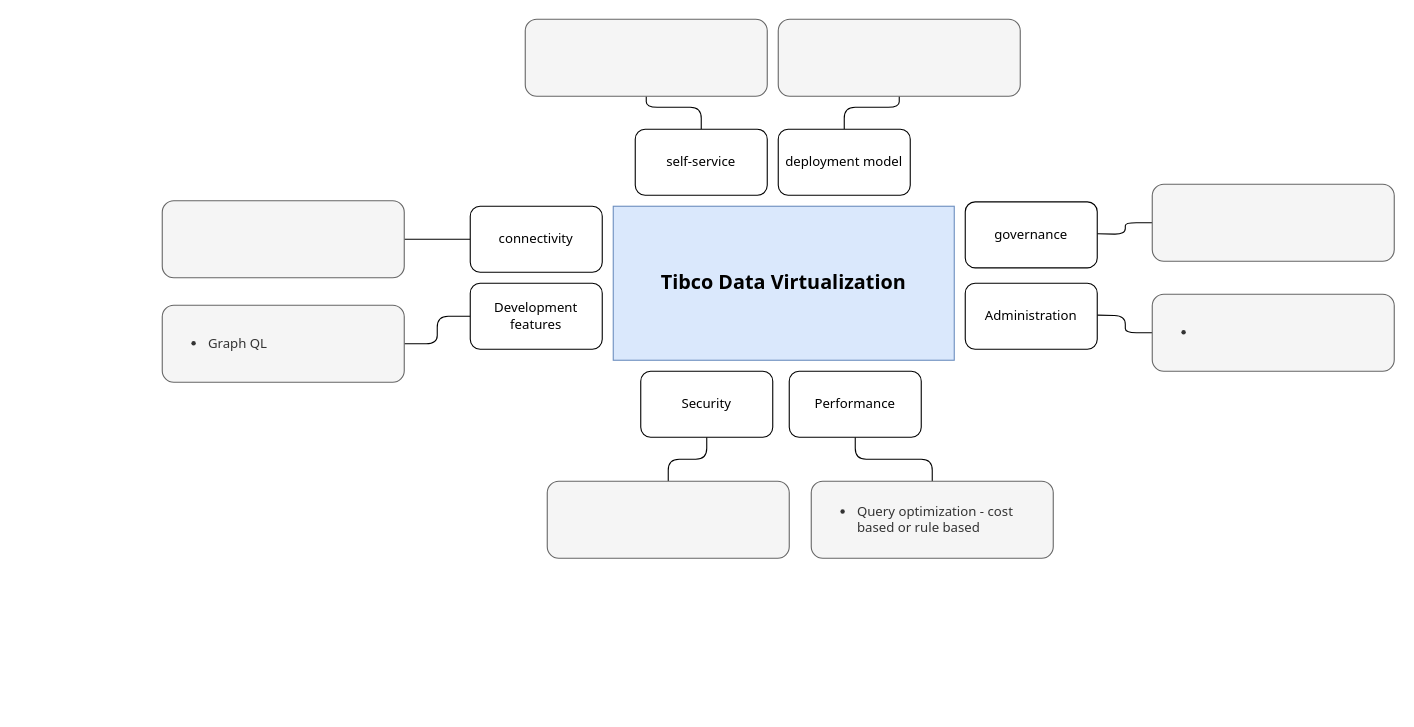
Earlier version of the draw.io diagram page "tibco" (3 of 3) of data virtualization.drawio (kanchantewary/MindMaps). Source tidied: cells renumbered, new cells numbered last; positions are measured from the earlier drawing's top-left corner, leaving out a move shared by most shapes. Both pictures are drawn from the tidied source at 110%, with x=0, y=0 at pixel (162, 19).
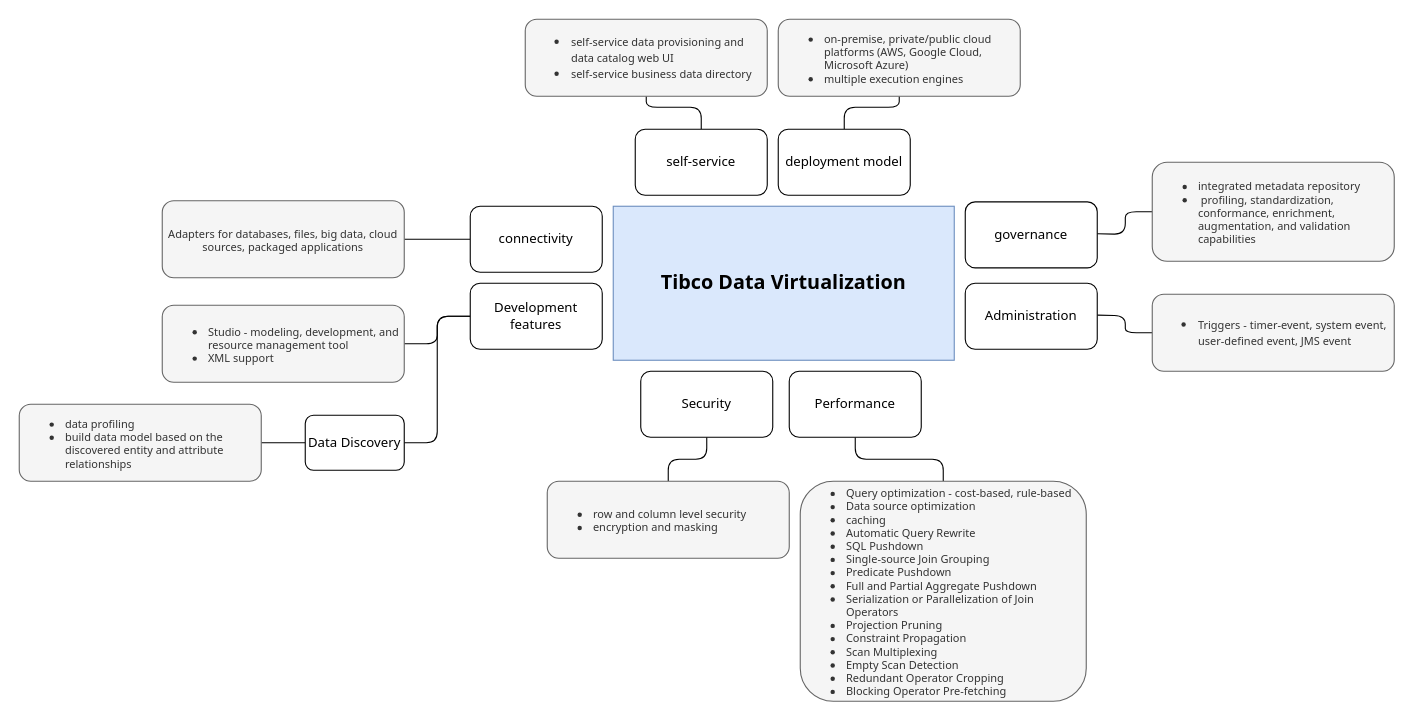
Above is the later version.

Unchanged cells that the change refers to:
```xml
<mxCell id="19" value="Development &lt;br&gt;features" style="rounded=1;whiteSpace=wrap;html=1;fontFamily=Tahoma;" parent="1" vertex="1">
  <mxGeometry x="280" y="240" width="120" height="60" as="geometry" />
</mxCell>
```

Change to the diagram source:
```diff
@@
-    <mxCell id="9" value="&lt;ul&gt;&lt;li&gt;Query optimization - cost based or rule based&lt;/li&gt;&lt;/ul&gt;" style="rounded=1;whiteSpace=wrap;html=1;fontFamily=Tahoma;fillColor=#f5f5f5;fontColor=#333333;strokeColor=#666666;align=left;" parent="1" vertex="1">
-      <mxGeometry x="590" y="420" width="220" height="70" as="geometry" />
+    <mxCell id="9" value="&lt;ul style=&quot;font-size: 10px&quot;&gt;&lt;li style=&quot;font-size: 10px&quot;&gt;Query optimization - cost-based, rule-based&lt;/li&gt;&lt;li style=&quot;font-size: 10px&quot;&gt;Data source optimization&lt;/li&gt;&lt;li style=&quot;font-size: 10px&quot;&gt;caching&lt;/li&gt;&lt;li style=&quot;font-size: 10px&quot;&gt;Automatic Query Rewrite&lt;br&gt;&lt;/li&gt;&lt;li style=&quot;font-size: 10px&quot;&gt;SQL Pushdown&lt;br&gt;&lt;/li&gt;&lt;li style=&quot;font-size: 10px&quot;&gt;Single-source Join Grouping&lt;br&gt;&lt;/li&gt;&lt;li style=&quot;font-size: 10px&quot;&gt;Predicate Pushdown&lt;br&gt;&lt;/li&gt;&lt;li style=&quot;font-size: 10px&quot;&gt;Full and Partial Aggregate Pushdown&lt;br&gt;&lt;/li&gt;&lt;li style=&quot;font-size: 10px&quot;&gt;Serialization or Parallelization of Join Operators&lt;br&gt;&lt;/li&gt;&lt;li style=&quot;font-size: 10px&quot;&gt;Projection Pruning&lt;br&gt;&lt;/li&gt;&lt;li style=&quot;font-size: 10px&quot;&gt;Constraint Propagation&lt;br&gt;&lt;/li&gt;&lt;li style=&quot;font-size: 10px&quot;&gt;Scan Multiplexing&lt;br&gt;&lt;/li&gt;&lt;li style=&quot;font-size: 10px&quot;&gt;Empty Scan Detection&lt;br&gt;&lt;/li&gt;&lt;li style=&quot;font-size: 10px&quot;&gt;Redundant Operator Cropping&lt;br&gt;&lt;/li&gt;&lt;li style=&quot;font-size: 10px&quot;&gt;Blocking Operator Pre-fetching&amp;nbsp;&lt;br&gt;&lt;/li&gt;&lt;/ul&gt;" style="rounded=1;whiteSpace=wrap;html=1;fontFamily=Tahoma;fillColor=#f5f5f5;fontColor=#333333;strokeColor=#666666;align=left;fontSize=10;" parent="1" vertex="1">
+      <mxGeometry x="580" y="420" width="260" height="200" as="geometry" />
     </mxCell>
@@
-    <mxCell id="14" style="rounded=1;whiteSpace=wrap;html=1;fontFamily=Tahoma;fillColor=#f5f5f5;fontColor=#333333;strokeColor=#666666;" parent="1" vertex="1">
+    <mxCell id="14" value="&lt;ul style=&quot;font-size: 10px;&quot;&gt;&lt;li style=&quot;font-size: 10px;&quot;&gt;on-premise, private/public cloud platforms (AWS, Google Cloud, Microsoft Azure)&lt;/li&gt;&lt;li style=&quot;font-size: 10px;&quot;&gt;multiple execution engines&lt;/li&gt;&lt;/ul&gt;" style="rounded=1;whiteSpace=wrap;html=1;fontFamily=Tahoma;fillColor=#f5f5f5;fontColor=#333333;strokeColor=#666666;align=left;fontSize=10;" parent="1" vertex="1">
       <mxGeometry x="560" width="220" height="70" as="geometry" />
     </mxCell>
-    <mxCell id="15" style="rounded=1;whiteSpace=wrap;html=1;fontFamily=Tahoma;fillColor=#f5f5f5;fontColor=#333333;strokeColor=#666666;" parent="1" vertex="1">
-      <mxGeometry x="900" y="150" width="220" height="70" as="geometry" />
+    <mxCell id="15" value="&lt;ul style=&quot;font-size: 10px;&quot;&gt;&lt;li style=&quot;font-size: 10px;&quot;&gt;integrated metadata repository&lt;/li&gt;&lt;li style=&quot;font-size: 10px;&quot;&gt;&amp;nbsp;profiling, standardization,&lt;br style=&quot;font-size: 10px;&quot;&gt;conformance, enrichment, augmentation, and validation&lt;br style=&quot;font-size: 10px;&quot;&gt;capabilities&lt;/li&gt;&lt;/ul&gt;" style="rounded=1;whiteSpace=wrap;html=1;fontFamily=Tahoma;fillColor=#f5f5f5;fontColor=#333333;strokeColor=#666666;align=left;fontSize=10;" parent="1" vertex="1">
+      <mxGeometry x="900" y="130" width="220" height="90" as="geometry" />
     </mxCell>
-    <mxCell id="16" style="rounded=1;whiteSpace=wrap;html=1;fontFamily=Tahoma;fillColor=#f5f5f5;fontColor=#333333;strokeColor=#666666;" parent="1" vertex="1">
+    <mxCell id="16" value="&lt;ul style=&quot;font-size: 10px;&quot;&gt;&lt;li style=&quot;font-size: 10px;&quot;&gt;row and column level security&lt;/li&gt;&lt;li style=&quot;font-size: 10px;&quot;&gt;encryption and masking&lt;/li&gt;&lt;/ul&gt;" style="rounded=1;whiteSpace=wrap;html=1;fontFamily=Tahoma;fillColor=#f5f5f5;fontColor=#333333;strokeColor=#666666;align=left;fontSize=10;" parent="1" vertex="1">
       <mxGeometry x="350" y="420" width="220" height="70" as="geometry" />
     </mxCell>
-    <mxCell id="17" style="rounded=1;whiteSpace=wrap;html=1;fontFamily=Tahoma;fillColor=#f5f5f5;fontColor=#333333;strokeColor=#666666;" parent="1" vertex="1">
+    <mxCell id="17" value="Adapters for&amp;nbsp;databases, files, big data, cloud sources, packaged applications" style="rounded=1;whiteSpace=wrap;html=1;fontFamily=Tahoma;fillColor=#f5f5f5;fontColor=#333333;strokeColor=#666666;fontSize=10;" parent="1" vertex="1">
       <mxGeometry y="165" width="220" height="70" as="geometry" />
     </mxCell>
@@
+    <mxCell id="27" style="edgeStyle=orthogonalEdgeStyle;rounded=1;jettySize=auto;html=1;entryX=1;entryY=0.5;entryDx=0;entryDy=0;fontFamily=Tahoma;fontSize=10;endArrow=none;endFill=0;" parent="1" edge="1" source="19" target="29">
+      <mxGeometry relative="1" as="geometry" />
+    </mxCell>
@@
-    <mxCell id="20" value="&lt;ul&gt;&lt;li&gt;Graph QL&lt;/li&gt;&lt;/ul&gt;" style="rounded=1;whiteSpace=wrap;html=1;fontFamily=Tahoma;fillColor=#f5f5f5;fontColor=#333333;strokeColor=#666666;align=left;" parent="1" vertex="1">
+    <mxCell id="20" value="&lt;ul style=&quot;font-size: 10px;&quot;&gt;&lt;li style=&quot;font-size: 10px;&quot;&gt;Studio -&amp;nbsp;modeling, development, and resource management tool&lt;/li&gt;&lt;li style=&quot;font-size: 10px;&quot;&gt;XML support&lt;/li&gt;&lt;/ul&gt;" style="rounded=1;whiteSpace=wrap;html=1;fontFamily=Tahoma;fillColor=#f5f5f5;fontColor=#333333;strokeColor=#666666;align=left;fontSize=10;" parent="1" vertex="1">
       <mxGeometry y="260" width="220" height="70" as="geometry" />
     </mxCell>
@@
-    <mxCell id="23" style="rounded=1;whiteSpace=wrap;html=1;fontFamily=Tahoma;fillColor=#f5f5f5;fontColor=#333333;strokeColor=#666666;" parent="1" vertex="1">
+    <mxCell id="23" value="&lt;ul&gt;&lt;li&gt;&lt;font style=&quot;font-size: 10px&quot;&gt;self-service data provisioning and data catalog web UI&lt;/font&gt;&lt;/li&gt;&lt;li&gt;&lt;font style=&quot;font-size: 10px&quot;&gt;self-service business data directory&lt;br&gt;&lt;/font&gt;&lt;/li&gt;&lt;/ul&gt;" style="rounded=1;whiteSpace=wrap;html=1;fontFamily=Tahoma;fillColor=#f5f5f5;fontColor=#333333;strokeColor=#666666;align=left;" parent="1" vertex="1">
       <mxGeometry x="330" width="220" height="70" as="geometry" />
     </mxCell>
@@
-    <mxCell id="26" value="&lt;ul&gt;&lt;li&gt;&lt;br&gt;&lt;/li&gt;&lt;/ul&gt;" style="rounded=1;whiteSpace=wrap;html=1;fontFamily=Tahoma;fillColor=#f5f5f5;fontColor=#333333;strokeColor=#666666;align=left;" parent="1" vertex="1">
+    <mxCell id="26" value="&lt;ul&gt;&lt;li&gt;&lt;font style=&quot;font-size: 10px&quot;&gt;Triggers - timer-event, system event, user-defined event, JMS event&lt;/font&gt;&lt;/li&gt;&lt;/ul&gt;" style="rounded=1;whiteSpace=wrap;html=1;fontFamily=Tahoma;fillColor=#f5f5f5;fontColor=#333333;strokeColor=#666666;align=left;" parent="1" vertex="1">
       <mxGeometry x="900" y="250" width="220" height="70" as="geometry" />
     </mxCell>
+    <mxCell id="28" style="edgeStyle=orthogonalEdgeStyle;rounded=1;jettySize=auto;html=1;fontFamily=Tahoma;fontSize=10;endArrow=none;endFill=0;" parent="1" edge="1" source="29" target="30">
+      <mxGeometry relative="1" as="geometry" />
+    </mxCell>
+    <mxCell id="29" value="Data Discovery" style="rounded=1;whiteSpace=wrap;html=1;fontFamily=Tahoma;" parent="1" vertex="1">
+      <mxGeometry x="130" y="360" width="90" height="50" as="geometry" />
+    </mxCell>
+    <mxCell id="30" value="&lt;ul style=&quot;font-size: 10px;&quot;&gt;&lt;li style=&quot;font-size: 10px;&quot;&gt;data profiling&lt;/li&gt;&lt;li style=&quot;font-size: 10px;&quot;&gt;build data model based on the discovered entity and attribute relationships&lt;/li&gt;&lt;/ul&gt;" style="rounded=1;whiteSpace=wrap;html=1;fontFamily=Tahoma;fillColor=#f5f5f5;fontColor=#333333;strokeColor=#666666;align=left;fontSize=10;" parent="1" vertex="1">
+      <mxGeometry x="-130" y="350" width="220" height="70" as="geometry" />
+    </mxCell>
```
